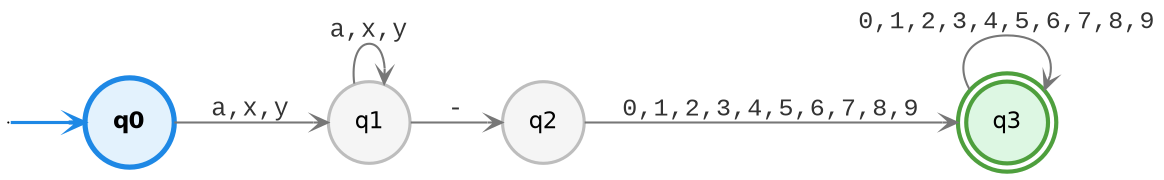
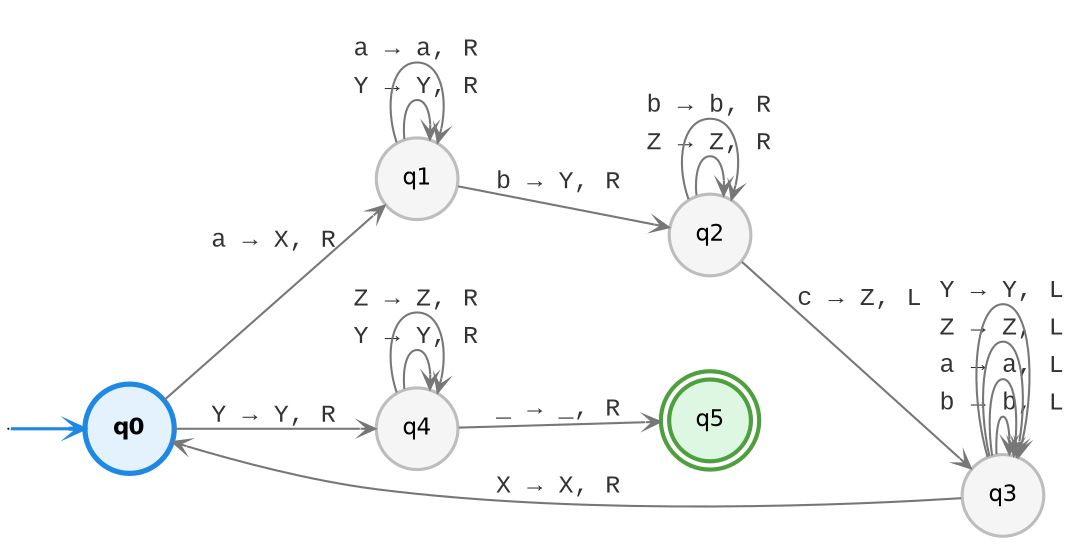
digraph G {
  rankdir=LR;
  size="8,5";
  node [fontname="Helvetica", fontsize=11, margin=0.1];
  edge [arrowsize=0.7, arrowhead=vee, fontname="Courier New", fontsize=12, fontcolor="#333333", color="#777777"];
  qi [shape=point, width=0];
  "q0" [shape=circle, style=filled, fillcolor="#E3F2FD", color="#1E88E5", penwidth=2.5, fontname="Helvetica-Bold"];
  "q1" [shape=circle, style=filled, fillcolor="#F5F5F5", color="#BDBDBD", penwidth=1.5];
  "q2" [shape=circle, style=filled, fillcolor="#F5F5F5", color="#BDBDBD", penwidth=1.5];
-   "q3" [shape=doublecircle, style=filled, fillcolor="#DDF7E3", color="#4E9F3D", penwidth=2];
+   "q3" [shape=circle, style=filled, fillcolor="#F5F5F5", color="#BDBDBD", penwidth=1.5];
+   "q4" [shape=circle, style=filled, fillcolor="#F5F5F5", color="#BDBDBD", penwidth=1.5];
+   "q5" [shape=doublecircle, style=filled, fillcolor="#DDF7E3", color="#4E9F3D", penwidth=2];

  qi -> "q0" [color="#1E88E5", penwidth=1.5];
-   "q0" -> "q1" [label="a,x,y"];
-   "q1" -> "q1" [label="a,x,y"];
-   "q1" -> "q2" [label="-"];
-   "q2" -> "q3" [label="0,1,2,3,4,5,6,7,8,9"];
-   "q3" -> "q3" [label="0,1,2,3,4,5,6,7,8,9"];
+   "q0" -> "q4" [label="Y → Y, R"];
+   "q0" -> "q1" [label="a → X, R"];
+   "q1" -> "q1" [label="Y → Y, R"];
+   "q1" -> "q1" [label="a → a, R"];
+   "q1" -> "q2" [label="b → Y, R"];
+   "q2" -> "q2" [label="Z → Z, R"];
+   "q2" -> "q2" [label="b → b, R"];
+   "q2" -> "q3" [label="c → Z, L"];
+   "q3" -> "q3" [label="b → b, L"];
+   "q3" -> "q3" [label="a → a, L"];
+   "q3" -> "q3" [label="Z → Z, L"];
+   "q3" -> "q0" [label="X → X, R"];
+   "q3" -> "q3" [label="Y → Y, L"];
+   "q4" -> "q4" [label="Y → Y, R"];
+   "q4" -> "q5" [label="_ → _, R"];
+   "q4" -> "q4" [label="Z → Z, R"];
}
